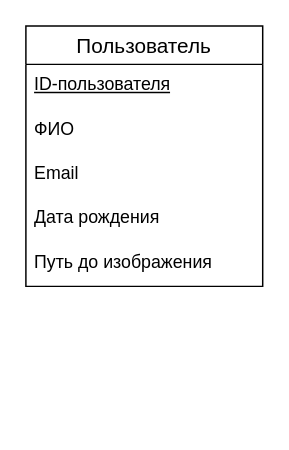
Earlier version of the draw.io diagram page "Er-диаграмма" (1 of 2) of documentation/DBMS.drawio (bitchofson/ecos). Source tidied: cells renumbered, new cells numbered last; positions are measured from the earlier drawing's top-left corner, leaving out a move shared by most shapes. Both pictures are drawn from the tidied source at 148%, with x=0, y=0 at pixel (25, 25).
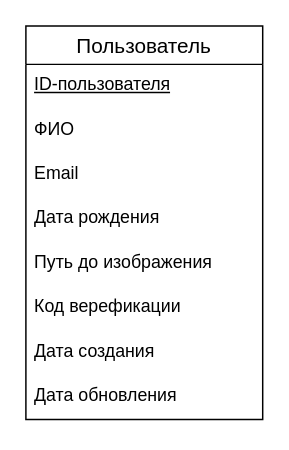
Above is the later version.

Change to the diagram source:
```diff
@@
 <mxGraphModel>
   <root>
     <mxCell id="0" />
     <mxCell id="1" parent="0" />
     <mxCell id="2" value="Пользователь" style="swimlane;fontStyle=0;horizontal=1;startSize=26;align=center;fontSize=14;" parent="1" vertex="1">
-      <mxGeometry width="160" height="176" as="geometry" />
+      <mxGeometry width="160" height="266" as="geometry" />
     </mxCell>
     <mxCell id="3" value="&lt;u&gt;ID-пользователя&lt;/u&gt;" style="text;strokeColor=none;fillColor=none;spacingLeft=4;spacingRight=4;overflow=hidden;fontSize=12;whiteSpace=wrap;html=1;" parent="2" vertex="1">
       <mxGeometry y="26" width="160" height="30" as="geometry" />
     </mxCell>
     <mxCell id="4" value="ФИО" style="text;strokeColor=none;fillColor=none;spacingLeft=4;spacingRight=4;overflow=hidden;fontSize=12;whiteSpace=wrap;html=1;" parent="2" vertex="1">
       <mxGeometry y="56" width="160" height="30" as="geometry" />
     </mxCell>
     <mxCell id="5" value="Email" style="text;strokeColor=none;fillColor=none;spacingLeft=4;spacingRight=4;overflow=hidden;fontSize=12;whiteSpace=wrap;html=1;" parent="2" vertex="1">
       <mxGeometry y="86" width="160" height="30" as="geometry" />
     </mxCell>
     <mxCell id="6" value="Дата рождения" style="text;strokeColor=none;fillColor=none;spacingLeft=4;spacingRight=4;overflow=hidden;fontSize=12;whiteSpace=wrap;html=1;" parent="2" vertex="1">
       <mxGeometry y="116" width="160" height="30" as="geometry" />
     </mxCell>
     <mxCell id="7" value="Путь до изображения" style="text;strokeColor=none;fillColor=none;spacingLeft=4;spacingRight=4;overflow=hidden;fontSize=12;whiteSpace=wrap;html=1;" parent="2" vertex="1">
       <mxGeometry y="146" width="160" height="30" as="geometry" />
     </mxCell>
+    <mxCell id="8" value="Код верефикации" style="text;strokeColor=none;fillColor=none;spacingLeft=4;spacingRight=4;overflow=hidden;fontSize=12;whiteSpace=wrap;html=1;" parent="2" vertex="1">
+      <mxGeometry y="176" width="160" height="30" as="geometry" />
+    </mxCell>
+    <mxCell id="9" value="Дата создания" style="text;strokeColor=none;fillColor=none;spacingLeft=4;spacingRight=4;overflow=hidden;fontSize=12;whiteSpace=wrap;html=1;" parent="2" vertex="1">
+      <mxGeometry y="206" width="160" height="30" as="geometry" />
+    </mxCell>
+    <mxCell id="10" value="Дата обновления" style="text;strokeColor=none;fillColor=none;spacingLeft=4;spacingRight=4;overflow=hidden;fontSize=12;whiteSpace=wrap;html=1;" parent="2" vertex="1">
+      <mxGeometry y="236" width="160" height="30" as="geometry" />
+    </mxCell>
   </root>
 </mxGraphModel>
```
